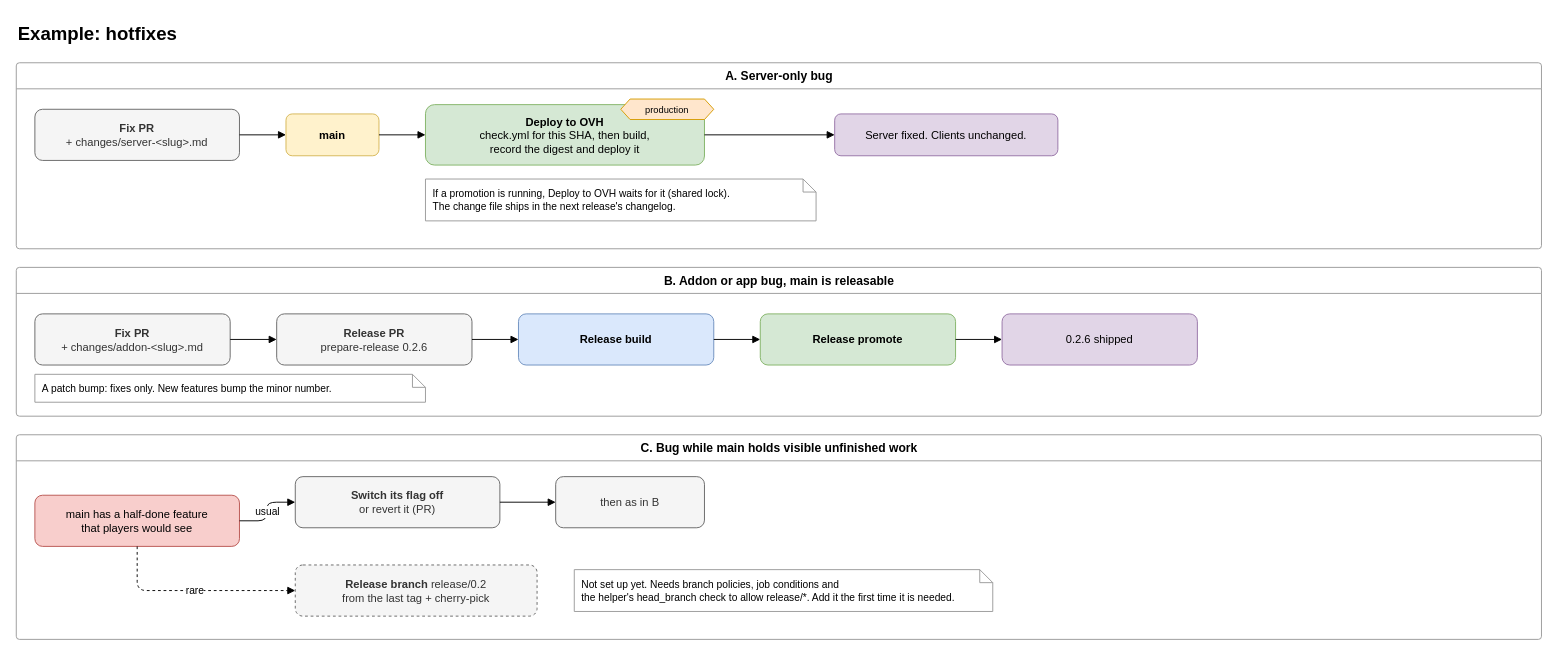
This is page "4. Example: hotfixes" (4 of 4) of docs/release-flow.drawio from jkc-be/goldbook, a draw.io file, before an edit. Source tidied: cells renumbered, new cells numbered last; positions are measured from the earlier drawing's top-left corner, leaving out a move shared by most shapes. Both pictures are drawn from the tidied source at 93%, with x=0, y=0 at pixel (16, 16).
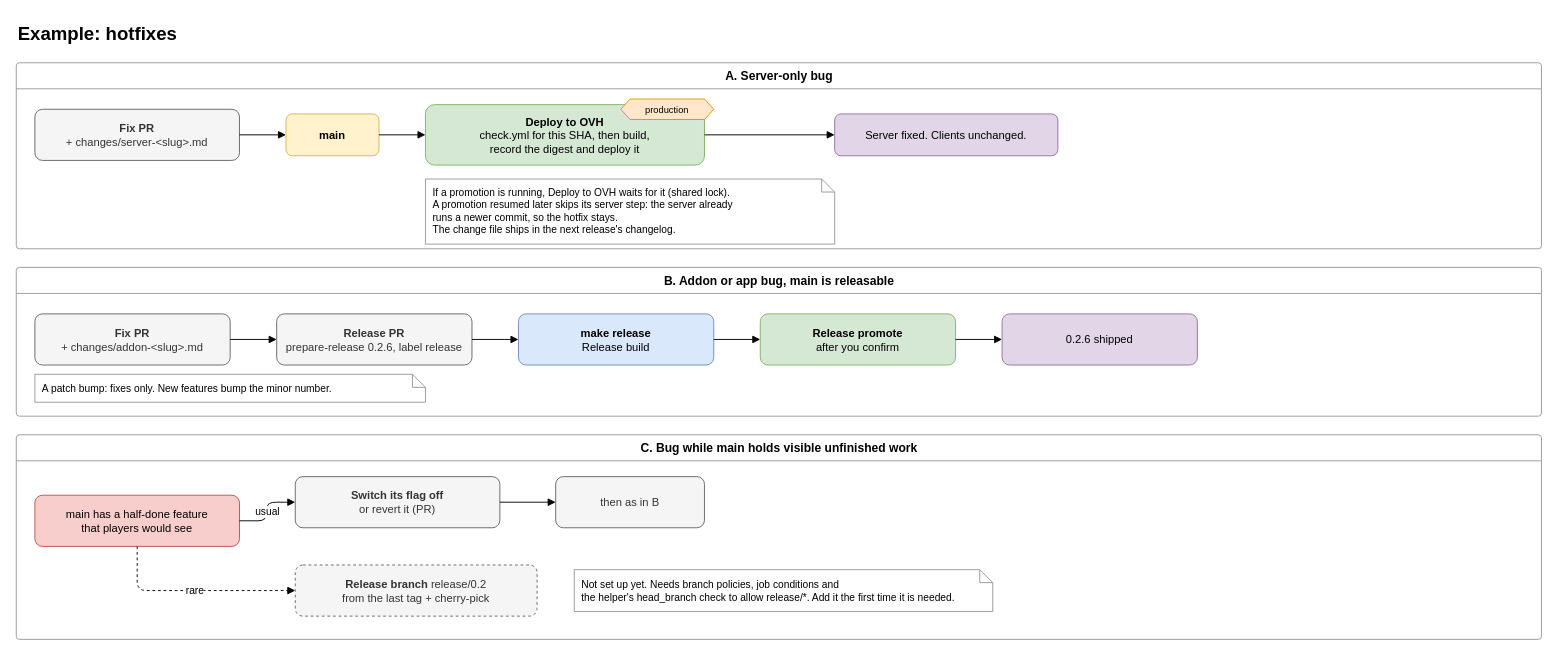
After the change.

Commit message (it also covers changes not shown here):
Update release flow diagrams for make release, explicit revisions and the server skip

Change to the diagram source:
```diff
@@
-    <mxCell id="12" value="If a promotion is running, Deploy to OVH waits for it (shared lock).&lt;br&gt;The change file ships in the next release's changelog." style="shape=note;whiteSpace=wrap;html=1;size=14;fillColor=#ffffff;strokeColor=#999999;align=left;spacingLeft=6;fontSize=11;" parent="1" vertex="1">
-      <mxGeometry x="440" y="175" width="420" height="45" as="geometry" />
+    <mxCell id="12" value="If a promotion is running, Deploy to OVH waits for it (shared lock).&lt;br&gt;A promotion resumed later skips its server step: the server already&lt;br&gt;runs a newer commit, so the hotfix stays.&lt;br&gt;The change file ships in the next release's changelog." style="shape=note;whiteSpace=wrap;html=1;size=14;fillColor=#ffffff;strokeColor=#999999;align=left;spacingLeft=6;fontSize=11;" parent="1" vertex="1">
+      <mxGeometry x="440" y="175" width="440" height="70" as="geometry" />
     </mxCell>
@@
-    <mxCell id="15" value="&lt;b&gt;Release PR&lt;/b&gt;&lt;br&gt;prepare-release 0.2.6" style="rounded=1;whiteSpace=wrap;html=1;fillColor=#f5f5f5;strokeColor=#666666;fontColor=#333333;" parent="1" vertex="1">
+    <mxCell id="15" value="&lt;b&gt;Release PR&lt;/b&gt;&lt;br&gt;prepare-release 0.2.6, label release" style="rounded=1;whiteSpace=wrap;html=1;fillColor=#f5f5f5;strokeColor=#666666;fontColor=#333333;" parent="1" vertex="1">
       <mxGeometry x="280" y="320" width="210" height="55" as="geometry" />
     </mxCell>
@@
-    <mxCell id="17" value="&lt;b&gt;Release build&lt;/b&gt;" style="rounded=1;whiteSpace=wrap;html=1;fillColor=#dae8fc;strokeColor=#6c8ebf;" parent="1" vertex="1">
+    <mxCell id="17" value="&lt;b&gt;make release&lt;/b&gt;&lt;br&gt;Release build" style="rounded=1;whiteSpace=wrap;html=1;fillColor=#dae8fc;strokeColor=#6c8ebf;" parent="1" vertex="1">
       <mxGeometry x="540" y="320" width="210" height="55" as="geometry" />
     </mxCell>
@@
-    <mxCell id="19" value="&lt;b&gt;Release promote&lt;/b&gt;" style="rounded=1;whiteSpace=wrap;html=1;fillColor=#d5e8d4;strokeColor=#82b366;" parent="1" vertex="1">
+    <mxCell id="19" value="&lt;b&gt;Release promote&lt;/b&gt;&lt;br&gt;after you confirm" style="rounded=1;whiteSpace=wrap;html=1;fillColor=#d5e8d4;strokeColor=#82b366;" parent="1" vertex="1">
       <mxGeometry x="800" y="320" width="210" height="55" as="geometry" />
     </mxCell>
```
